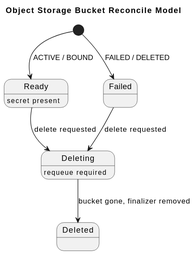
The PlantUML diagram formal/controllers/object-storage-bucket/diagrams/state-machine.svg in donoftime/oci-service-operator, before a commit.
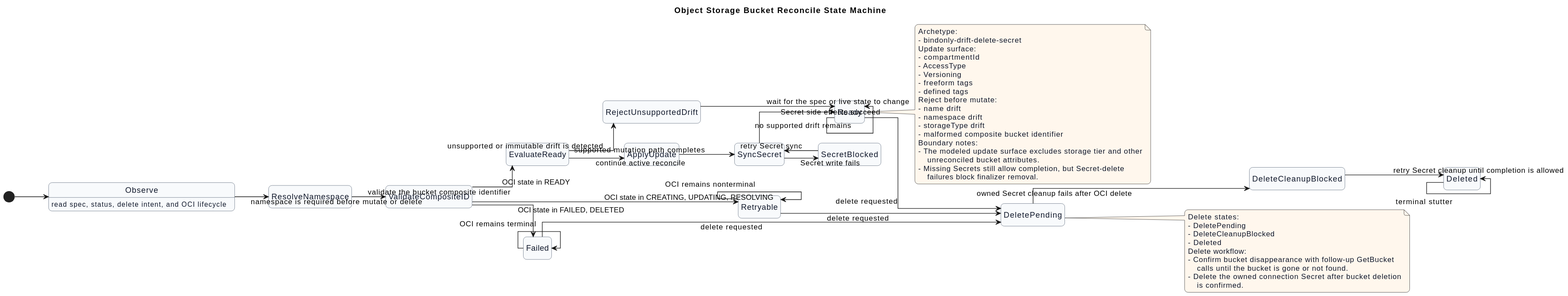
Later version of the same file.

Diff of the diagram source:
```diff
@@ -1,13 +1,76 @@
 @startuml
-title Object Storage Bucket Reconcile Model
+title Object Storage Bucket Reconcile State Machine
+left to right direction
+hide empty description
+skinparam shadowing false
+skinparam linetype ortho
+skinparam roundcorner 12
+skinparam BackgroundColor #FFFFFF
+skinparam defaultTextAlignment left
+skinparam state {
+  BorderColor #475569
+  FontColor #0F172A
+  BackgroundColor #F8FAFC
+}
+skinparam note {
+  BorderColor #B45309
+  BackgroundColor #FFF7ED
+  FontColor #0F172A
+}
+[*] --> Observe
+Observe : read spec, status, delete intent, and OCI lifecycle
+Observe --> ResolveNamespace : namespace is required before mutate or delete
+ResolveNamespace --> ValidateCompositeID : validate the bucket composite identifier
+ValidateCompositeID --> EvaluateReady : OCI state in READY
+ValidateCompositeID --> Retryable : OCI state in CREATING, UPDATING, RESOLVING
+ValidateCompositeID --> Failed : OCI state in FAILED, DELETED
+EvaluateReady --> RejectUnsupportedDrift : unsupported or immutable drift is detected
+RejectUnsupportedDrift --> Ready : wait for the spec or live state to change
+EvaluateReady --> ApplyUpdate : continue active reconcile
+ApplyUpdate --> SyncSecret : supported mutation path completes
+SyncSecret --> SecretBlocked : Secret write fails
+SecretBlocked --> SyncSecret : retry Secret sync
+SyncSecret --> Ready : Secret side effects succeed
+Ready --> Ready : no supported drift remains
+Retryable --> Retryable : OCI remains nonterminal
+Failed --> Failed : OCI remains terminal
+Ready --> DeletePending : delete requested
+Retryable --> DeletePending : delete requested
+Failed --> DeletePending : delete requested
+DeletePending --> DeleteCleanupBlocked : owned Secret cleanup fails after OCI delete
+DeleteCleanupBlocked --> Deleted : retry Secret cleanup until completion is allowed
+Deleted --> Deleted : terminal stutter
 
-[*] --> Ready : ACTIVE / BOUND
-[*] --> Failed : FAILED / DELETED
+note right of Ready
+Archetype:
+- bindonly-drift-delete-secret
+Update surface:
+- compartmentId
+- AccessType
+- Versioning
+- freeform tags
+- defined tags
+Reject before mutate:
+- name drift
+- namespace drift
+- storageType drift
+- malformed composite bucket identifier
+Boundary notes:
+- The modeled update surface excludes storage tier and other
+    unreconciled bucket attributes.
+- Missing Secrets still allow completion, but Secret-delete
+    failures block finalizer removal.
+end note
 
-Ready : secret present
-
-Ready --> Deleting : delete requested
-Failed --> Deleting : delete requested
-Deleting : requeue required
-Deleting --> Deleted : bucket gone, finalizer removed
+note right of DeletePending
+Delete states:
+- DeletePending
+- DeleteCleanupBlocked
+- Deleted
+Delete workflow:
+- Confirm bucket disappearance with follow-up GetBucket
+    calls until the bucket is gone or not found.
+- Delete the owned connection Secret after bucket deletion
+    is confirmed.
+end note
 @enduml
```
